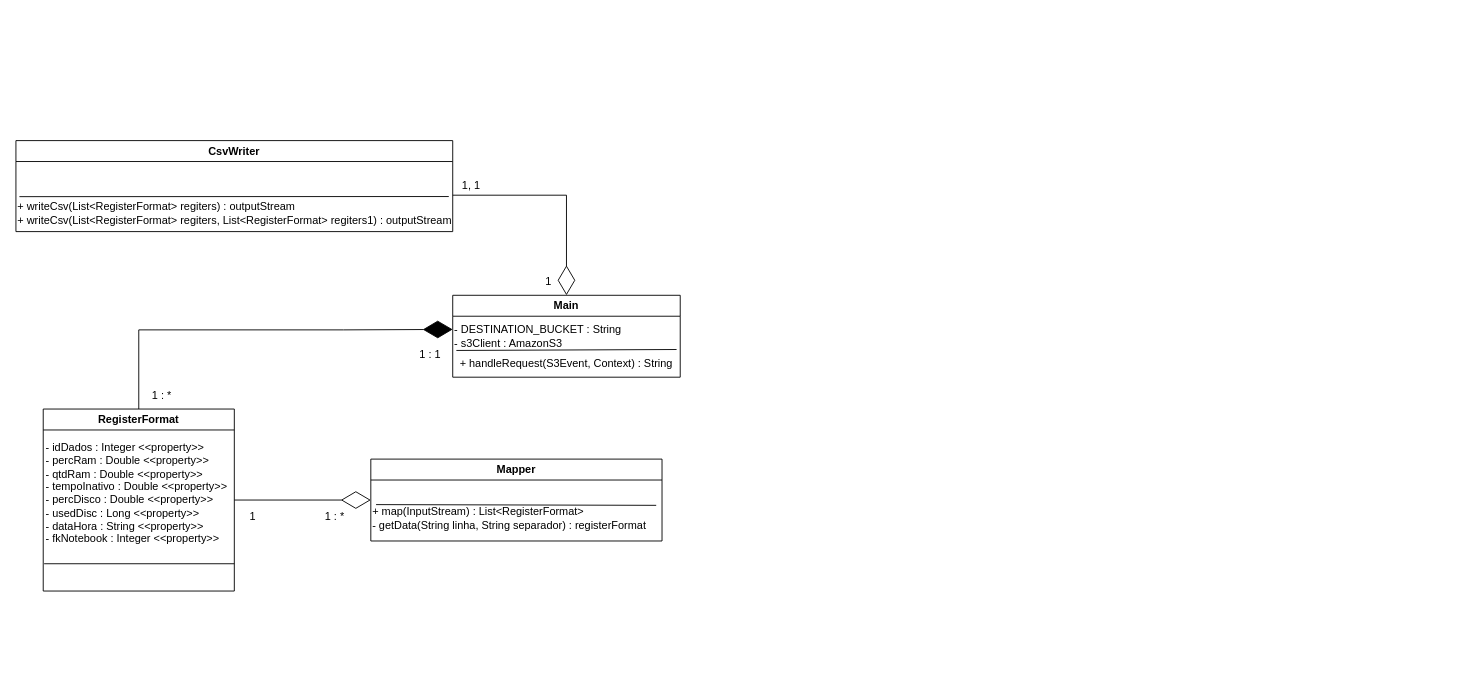
Before: diagramaDeClasseEtl1.drawio in Tagg-Tech/Dev_Java, a draw.io diagram. Source tidied: cells renumbered, new cells numbered last; positions are measured from the earlier drawing's top-left corner, leaving out a move shared by most shapes. Both pictures are drawn from the tidied source at 91%, with x=0, y=0 at pixel (15, 140).
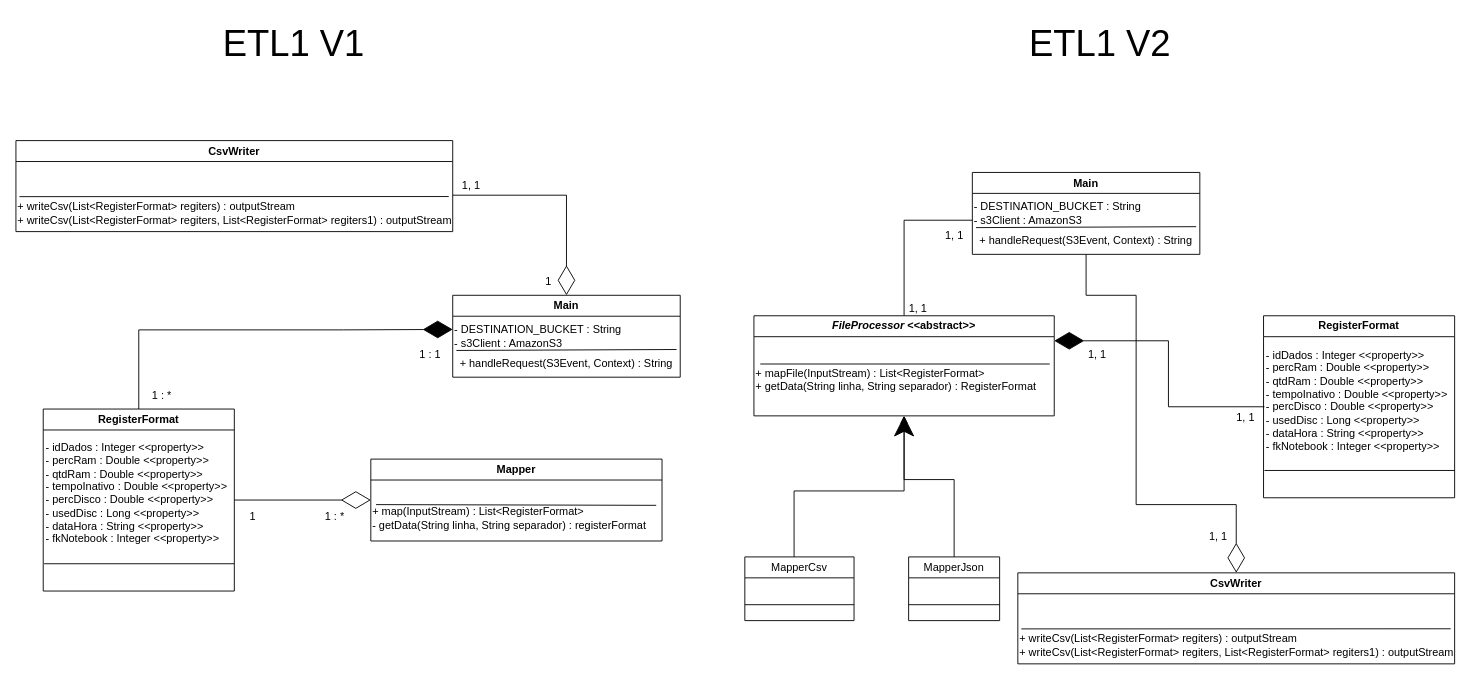
The same diagram, later.

Commit message:
Feature(DiagramaClasseEtl1): Finalização de diagrama

The edit, as a diff of the source:
```diff
@@
+    <mxCell id="24" value="&lt;font style=&quot;font-size: 40px;&quot;&gt;ETL1 V1&lt;/font&gt;" style="text;html=1;align=center;verticalAlign=middle;strokeColor=none;fillColor=none;" parent="1" vertex="1">
+      <mxGeometry x="215" y="-137" width="180" height="60" as="geometry" />
+    </mxCell>
+    <mxCell id="25" value="&lt;font style=&quot;font-size: 40px;&quot;&gt;ETL1 V2&lt;/font&gt;" style="text;html=1;align=center;verticalAlign=middle;strokeColor=none;fillColor=none;" parent="1" vertex="1">
+      <mxGeometry x="1101" y="-137" width="180" height="60" as="geometry" />
+    </mxCell>
+    <mxCell id="26" style="edgeStyle=orthogonalEdgeStyle;rounded=0;jettySize=auto;html=1;entryX=0;entryY=0.75;entryDx=0;entryDy=0;endArrow=none;endFill=0;" parent="1" edge="1" source="27" target="43">
+      <mxGeometry relative="1" as="geometry" />
+    </mxCell>
+    <mxCell id="27" value="&lt;i&gt;FileProcessor&lt;/i&gt; &amp;lt;&amp;lt;abstract&amp;gt;&amp;gt;" style="swimlane;whiteSpace=wrap;html=1;" parent="1" vertex="1">
+      <mxGeometry x="811" y="192.5" width="330" height="110" as="geometry" />
+    </mxCell>
+    <mxCell id="28" value="+ mapFile(InputStream) : List&amp;lt;RegisterFormat&amp;gt;&lt;div&gt;+ getData(String linha, String separador) : RegisterFormat&lt;/div&gt;" style="text;html=1;align=left;verticalAlign=middle;points=[];strokeColor=none;fillColor=none;" parent="27" vertex="1">
+      <mxGeometry y="50" width="330" height="40" as="geometry" />
+    </mxCell>
+    <mxCell id="29" style="endArrow=none;html=1;rounded=0;entryX=0.985;entryY=0.075;entryDx=0;entryDy=0;entryPerimeter=0;" parent="27" edge="1" target="28">
+      <mxGeometry relative="1" as="geometry">
+        <mxPoint x="7" y="53" as="sourcePoint" />
+      </mxGeometry>
+    </mxCell>
+    <mxCell id="30" style="edgeStyle=orthogonalEdgeStyle;rounded=0;jettySize=auto;html=1;endSize=20;exitX=0.451;exitY=0;exitDx=0;exitDy=0;exitPerimeter=0;entryX=0.5;entryY=1;entryDx=0;entryDy=0;" parent="1" edge="1" source="31" target="27">
+      <mxGeometry relative="1" as="geometry" />
+    </mxCell>
+    <mxCell id="31" value="MapperCsv" style="swimlane;whiteSpace=wrap;html=1;fontStyle=0;" parent="1" vertex="1">
+      <mxGeometry x="801" y="457.5" width="120" height="70" as="geometry" />
+    </mxCell>
+    <mxCell id="32" style="edgeStyle=orthogonalEdgeStyle;rounded=0;jettySize=auto;html=1;entryX=0.5;entryY=1;entryDx=0;entryDy=0;" parent="1" edge="1" source="33" target="27">
+      <mxGeometry relative="1" as="geometry">
+        <Array as="points">
+          <mxPoint x="1031" y="372.5" />
+          <mxPoint x="976" y="372.5" />
+        </Array>
+      </mxGeometry>
+    </mxCell>
+    <mxCell id="33" value="MapperJson" style="swimlane;whiteSpace=wrap;html=1;fontStyle=0;" parent="1" vertex="1">
+      <mxGeometry x="981" y="457.5" width="100" height="70" as="geometry" />
+    </mxCell>
+    <mxCell id="34" style="endArrow=none;html=1;rounded=0;exitX=0;exitY=0.75;exitDx=0;exitDy=0;entryX=1;entryY=0.75;entryDx=0;entryDy=0;" parent="1" edge="1" source="31" target="31">
+      <mxGeometry relative="1" as="geometry" />
+    </mxCell>
+    <mxCell id="35" style="endArrow=none;html=1;rounded=0;exitX=0;exitY=0.75;exitDx=0;exitDy=0;entryX=1;entryY=0.75;entryDx=0;entryDy=0;" parent="1" edge="1" source="33" target="33">
+      <mxGeometry relative="1" as="geometry" />
+    </mxCell>
+    <mxCell id="36" value="RegisterFormat" style="swimlane;whiteSpace=wrap;html=1;" parent="1" vertex="1">
+      <mxGeometry x="1371" y="192.5" width="210" height="200" as="geometry" />
+    </mxCell>
+    <mxCell id="37" value="- idDados : Integer &amp;lt;&amp;lt;property&amp;gt;&amp;gt;&lt;div&gt;- percRam : Double &amp;lt;&amp;lt;property&amp;gt;&amp;gt;&lt;/div&gt;&lt;div&gt;- qtdRam : Double &amp;lt;&amp;lt;property&amp;gt;&amp;gt;&lt;br&gt;&lt;/div&gt;&lt;div&gt;- tempoInativo : Double &amp;lt;&amp;lt;property&amp;gt;&amp;gt;&lt;br&gt;&lt;/div&gt;&lt;div&gt;- percDisco : Double &amp;lt;&amp;lt;property&amp;gt;&amp;gt;&lt;br&gt;&lt;/div&gt;&lt;div&gt;- usedDisc : Long &amp;lt;&amp;lt;property&amp;gt;&amp;gt;&lt;br&gt;&lt;/div&gt;&lt;div&gt;- dataHora : String &amp;lt;&amp;lt;property&amp;gt;&amp;gt;&lt;br&gt;&lt;/div&gt;&lt;div&gt;- fkNotebook : Integer &amp;lt;&amp;lt;property&amp;gt;&amp;gt;&lt;br&gt;&lt;/div&gt;&lt;div&gt;&lt;br&gt;&lt;/div&gt;" style="text;html=1;align=left;verticalAlign=middle;whiteSpace=wrap;rounded=0;" parent="36" vertex="1">
+      <mxGeometry x="1" y="30" width="209" height="140" as="geometry" />
+    </mxCell>
+    <mxCell id="38" style="endArrow=none;html=1;rounded=0;entryX=1;entryY=1;entryDx=0;entryDy=0;exitX=0;exitY=1;exitDx=0;exitDy=0;" parent="36" edge="1" source="37" target="37">
+      <mxGeometry relative="1" as="geometry" />
+    </mxCell>
+    <mxCell id="39" style="edgeStyle=orthogonalEdgeStyle;rounded=0;jettySize=auto;html=1;entryX=1;entryY=0.25;entryDx=0;entryDy=0;endSize=30;endArrow=diamondThin;endFill=1;" parent="1" edge="1" source="37" target="27">
+      <mxGeometry relative="1" as="geometry" />
+    </mxCell>
+    <mxCell id="40" value="1, 1" style="text;html=1;align=center;verticalAlign=middle;strokeColor=none;fillColor=none;" parent="1" vertex="1">
+      <mxGeometry x="1168" y="220" width="40" height="30" as="geometry" />
+    </mxCell>
+    <mxCell id="41" value="1, 1" style="text;html=1;align=center;verticalAlign=middle;strokeColor=none;fillColor=none;" parent="1" vertex="1">
+      <mxGeometry x="1331" y="290" width="40" height="30" as="geometry" />
+    </mxCell>
+    <mxCell id="42" value="Main" style="swimlane;whiteSpace=wrap;html=1;" parent="1" vertex="1">
+      <mxGeometry x="1051" y="35" width="250" height="90" as="geometry" />
+    </mxCell>
+    <mxCell id="43" value="- DESTINATION_BUCKET : String&lt;div&gt;- s3Client : AmazonS3&lt;/div&gt;" style="text;html=1;align=left;verticalAlign=middle;whiteSpace=wrap;rounded=0;" parent="42" vertex="1">
+      <mxGeometry y="30" width="250" height="30" as="geometry" />
+    </mxCell>
+    <mxCell id="44" style="endArrow=none;html=1;rounded=0;entryX=0.984;entryY=0.986;entryDx=0;entryDy=0;entryPerimeter=0;exitX=0.016;exitY=1.021;exitDx=0;exitDy=0;exitPerimeter=0;" parent="42" edge="1" source="43" target="43">
+      <mxGeometry relative="1" as="geometry" />
+    </mxCell>
+    <mxCell id="45" value="+ handleRequest(S3Event, Context) : String" style="text;html=1;align=center;verticalAlign=middle;whiteSpace=wrap;rounded=0;" parent="42" vertex="1">
+      <mxGeometry y="60" width="250" height="30" as="geometry" />
+    </mxCell>
+    <mxCell id="46" value="1, 1" style="text;html=1;align=center;verticalAlign=middle;strokeColor=none;fillColor=none;" parent="1" vertex="1">
+      <mxGeometry x="1011" y="90" width="40" height="30" as="geometry" />
+    </mxCell>
+    <mxCell id="47" value="1, 1" style="text;html=1;align=center;verticalAlign=middle;strokeColor=none;fillColor=none;" parent="1" vertex="1">
+      <mxGeometry x="971" y="170" width="40" height="30" as="geometry" />
+    </mxCell>
+    <mxCell id="48" value="CsvWriter" style="swimlane;whiteSpace=wrap;html=1;" parent="1" vertex="1">
+      <mxGeometry x="1101" y="475" width="480" height="100" as="geometry" />
+    </mxCell>
+    <mxCell id="49" value="+ writeCsv(List&amp;lt;RegisterFormat&amp;gt; regiters) : outputStream&lt;div&gt;+ writeCsv(List&amp;lt;RegisterFormat&amp;gt; regiters,&amp;nbsp;&lt;span style=&quot;background-color: initial;&quot;&gt;List&amp;lt;RegisterFormat&amp;gt; regiters1&lt;/span&gt;&lt;span style=&quot;background-color: initial;&quot;&gt;) : outputStream&lt;/span&gt;&lt;/div&gt;" style="text;html=1;align=left;verticalAlign=middle;whiteSpace=wrap;rounded=0;" parent="48" vertex="1">
+      <mxGeometry y="60" width="480" height="40" as="geometry" />
+    </mxCell>
+    <mxCell id="50" style="endArrow=none;html=1;rounded=0;exitX=0.008;exitY=0.04;exitDx=0;exitDy=0;exitPerimeter=0;entryX=0.991;entryY=0.037;entryDx=0;entryDy=0;entryPerimeter=0;" parent="48" edge="1" source="49" target="49">
+      <mxGeometry relative="1" as="geometry" />
+    </mxCell>
+    <mxCell id="51" style="edgeStyle=orthogonalEdgeStyle;rounded=0;jettySize=auto;html=1;entryX=0.5;entryY=0;entryDx=0;entryDy=0;endArrow=diamondThin;endFill=0;endSize=30;exitX=0.5;exitY=1;exitDx=0;exitDy=0;" parent="1" edge="1" source="45" target="48">
+      <mxGeometry relative="1" as="geometry">
+        <Array as="points">
+          <mxPoint x="1176" y="170" />
+          <mxPoint x="1231" y="170" />
+          <mxPoint x="1231" y="400" />
+          <mxPoint x="1341" y="400" />
+        </Array>
+      </mxGeometry>
+    </mxCell>
+    <mxCell id="52" value="1, 1" style="text;html=1;align=center;verticalAlign=middle;strokeColor=none;fillColor=none;" parent="1" vertex="1">
+      <mxGeometry x="1301" y="420" width="40" height="30" as="geometry" />
+    </mxCell>
```
